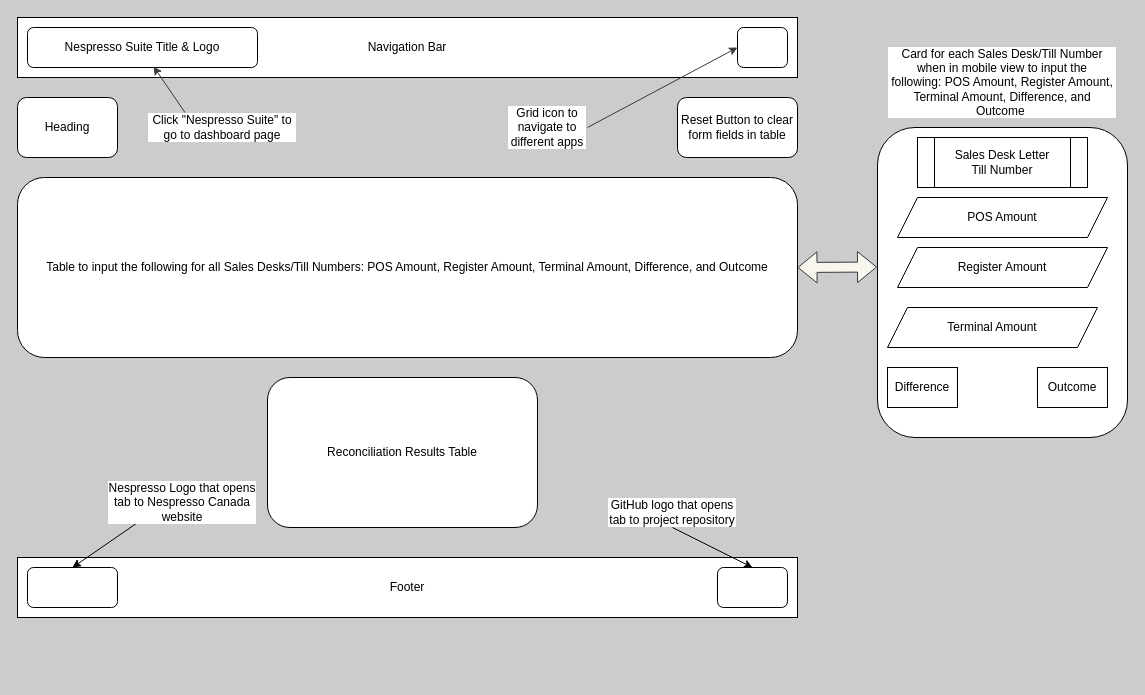
Before: README_Images/CardReconciliation.drawio in kjeshang/nespresso-suite, a draw.io diagram. Source tidied: cells renumbered, new cells numbered last; positions are measured from the earlier drawing's top-left corner, leaving out a move shared by most shapes. Both pictures are drawn from the tidied source at 100%, with x=0, y=0 at pixel (17, 17).
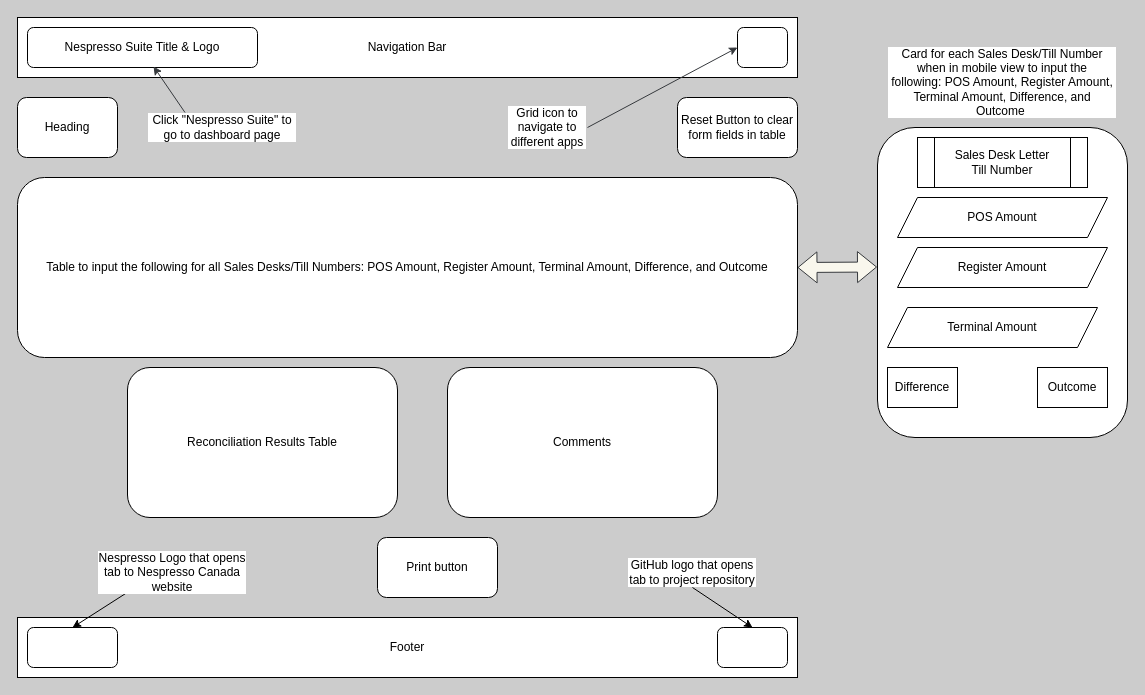
The same page after the edit.

Commit message (it also covers changes not shown here):
Created wireframe for cash reconciliation.

Change to the diagram source:
```diff
@@
     <mxCell id="3" value="Footer" style="rounded=0;whiteSpace=wrap;html=1;" parent="1" vertex="1">
-      <mxGeometry y="540" width="780" height="60" as="geometry" />
+      <mxGeometry y="600" width="780" height="60" as="geometry" />
     </mxCell>
@@
     <mxCell id="7" value="Reconciliation Results Table" style="rounded=1;whiteSpace=wrap;html=1;" parent="1" vertex="1">
-      <mxGeometry x="250" y="360" width="270" height="150" as="geometry" />
+      <mxGeometry x="110" y="350" width="270" height="150" as="geometry" />
     </mxCell>
@@
     <mxCell id="23" style="rounded=1;whiteSpace=wrap;html=1;" parent="1" vertex="1">
-      <mxGeometry x="10" y="550" width="90" height="40" as="geometry" />
+      <mxGeometry x="10" y="610" width="90" height="40" as="geometry" />
     </mxCell>
     <mxCell id="24" style="rounded=1;whiteSpace=wrap;html=1;" parent="1" vertex="1">
-      <mxGeometry x="700" y="550" width="70" height="40" as="geometry" />
+      <mxGeometry x="700" y="610" width="70" height="40" as="geometry" />
     </mxCell>
@@
     <mxCell id="26" value="Nespresso Logo that opens tab to Nespresso Canada website" style="text;html=1;align=center;verticalAlign=middle;whiteSpace=wrap;rounded=0;labelBackgroundColor=#FFFFFF;" parent="1" vertex="1">
-      <mxGeometry x="90" y="470" width="150" height="30" as="geometry" />
+      <mxGeometry x="80" y="540" width="150" height="30" as="geometry" />
     </mxCell>
@@
     <mxCell id="28" value="GitHub logo that opens tab to project repository" style="text;html=1;align=center;verticalAlign=middle;whiteSpace=wrap;rounded=0;labelBackgroundColor=#FFFFFF;" parent="1" vertex="1">
-      <mxGeometry x="590" y="480" width="130" height="30" as="geometry" />
+      <mxGeometry x="610" y="540" width="130" height="30" as="geometry" />
     </mxCell>
+    <mxCell id="29" value="Print button" style="rounded=1;whiteSpace=wrap;html=1;" parent="1" vertex="1">
+      <mxGeometry x="360" y="520" width="120" height="60" as="geometry" />
+    </mxCell>
+    <mxCell id="30" value="Comments" style="rounded=1;whiteSpace=wrap;html=1;" parent="1" vertex="1">
+      <mxGeometry x="430" y="350" width="270" height="150" as="geometry" />
+    </mxCell>
```
